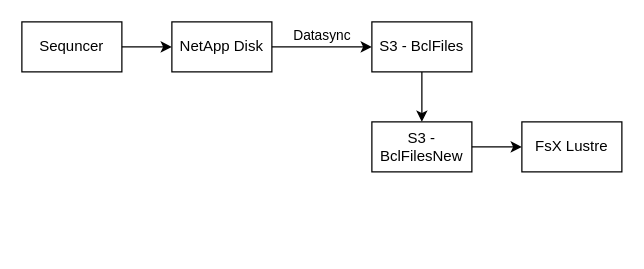
Earlier version of the draw.io diagram Tenx_Data_Pipeline.drawio (NagarajBM/Regeneron). Source tidied: cells renumbered, new cells numbered last; positions are measured from the earlier drawing's top-left corner, leaving out a move shared by most shapes. Both pictures are drawn from the tidied source at 125%, with x=0, y=0 at pixel (21, 21).
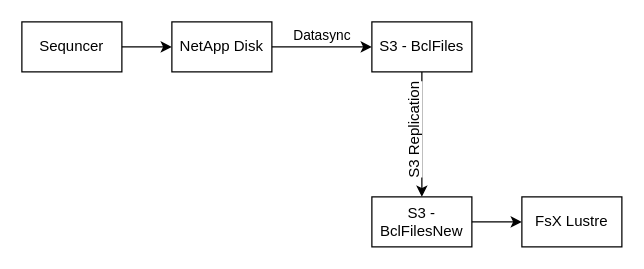
The same diagram, later.

Change to the diagram source:
```diff
@@
 <mxGraphModel>
   <root>
     <mxCell id="0" />
     <mxCell id="1" parent="0" />
     <mxCell id="2" style="edgeStyle=orthogonalEdgeStyle;rounded=0;jettySize=auto;html=1;" parent="1" edge="1" source="3" target="5">
       <mxGeometry relative="1" as="geometry" />
     </mxCell>
     <mxCell id="3" value="Sequncer" style="rounded=0;whiteSpace=wrap;html=1;fillColor=none;" parent="1" vertex="1">
       <mxGeometry width="80" height="40" as="geometry" />
     </mxCell>
     <mxCell id="4" value="Datasync" style="edgeStyle=orthogonalEdgeStyle;rounded=0;jettySize=auto;html=1;horizontal=1;verticalAlign=bottom;" parent="1" edge="1" source="5" target="7">
       <mxGeometry relative="1" as="geometry" />
     </mxCell>
     <mxCell id="5" value="NetApp Disk" style="rounded=0;whiteSpace=wrap;html=1;fillColor=none;" parent="1" vertex="1">
       <mxGeometry x="120" width="80" height="40" as="geometry" />
     </mxCell>
-    <mxCell id="6" style="edgeStyle=orthogonalEdgeStyle;rounded=0;jettySize=auto;html=1;" parent="1" edge="1" source="7" target="9">
+    <mxCell id="6" value="S3 Replication" style="edgeStyle=orthogonalEdgeStyle;rounded=0;jettySize=auto;html=1;horizontal=0;verticalAlign=bottom;fontSize=12;" parent="1" edge="1" source="7" target="9">
       <mxGeometry relative="1" as="geometry" />
     </mxCell>
     <mxCell id="7" value="S3 - BclFiles" style="rounded=0;whiteSpace=wrap;html=1;fillColor=none;" parent="1" vertex="1">
       <mxGeometry x="280" width="80" height="40" as="geometry" />
     </mxCell>
     <mxCell id="8" style="edgeStyle=orthogonalEdgeStyle;rounded=0;jettySize=auto;html=1;" parent="1" edge="1" source="9" target="10">
       <mxGeometry relative="1" as="geometry" />
     </mxCell>
     <mxCell id="9" value="S3 - BclFilesNew" style="rounded=0;whiteSpace=wrap;html=1;fillColor=none;" parent="1" vertex="1">
-      <mxGeometry x="280" y="80" width="80" height="40" as="geometry" />
+      <mxGeometry x="280" y="140" width="80" height="40" as="geometry" />
     </mxCell>
     <mxCell id="10" value="FsX Lustre" style="rounded=0;whiteSpace=wrap;html=1;fillColor=none;" parent="1" vertex="1">
-      <mxGeometry x="400" y="80" width="80" height="40" as="geometry" />
+      <mxGeometry x="400" y="140" width="80" height="40" as="geometry" />
     </mxCell>
   </root>
 </mxGraphModel>
```
